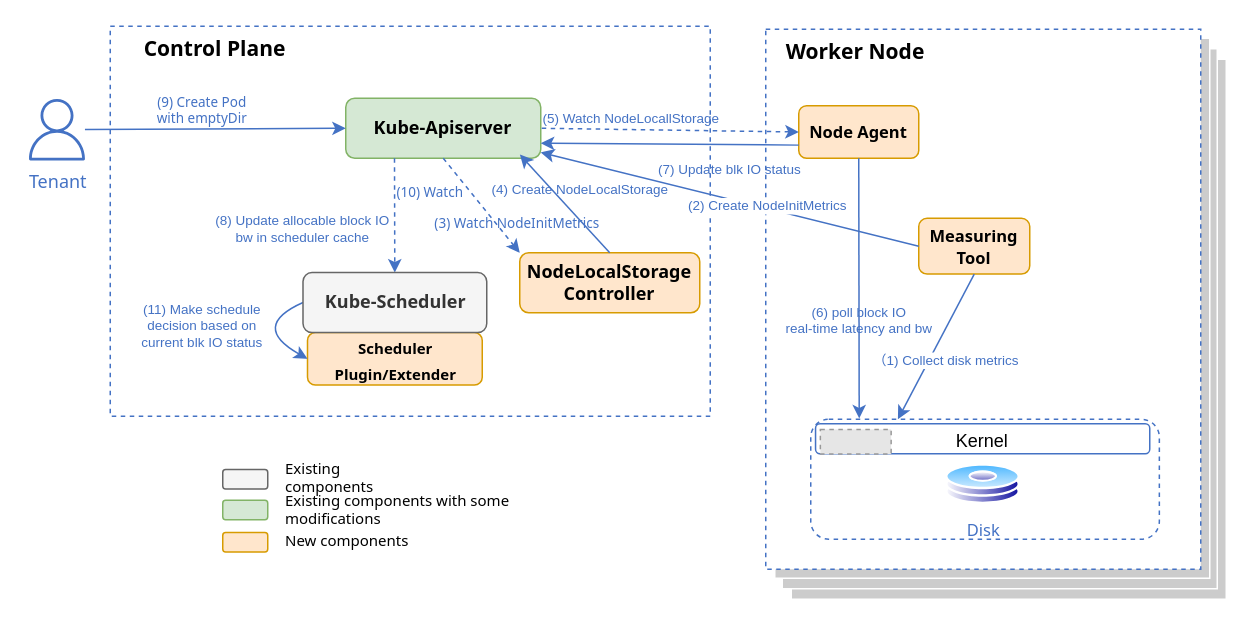
Earlier version of the draw.io diagram page "schedule flow w/o specs" (12 of 14) of diagram/net_disk_io_design_v1.drawio (IntelOpen/kubernetes). Source tidied: cells renumbered, new cells numbered last; positions are measured from the earlier drawing's top-left corner, leaving out a move shared by most shapes. Both pictures are drawn from the tidied source at 150%, with x=0, y=0 at pixel (26, 26). Pictures stored in the file or linked from it are replaced by grey dashed boxes.
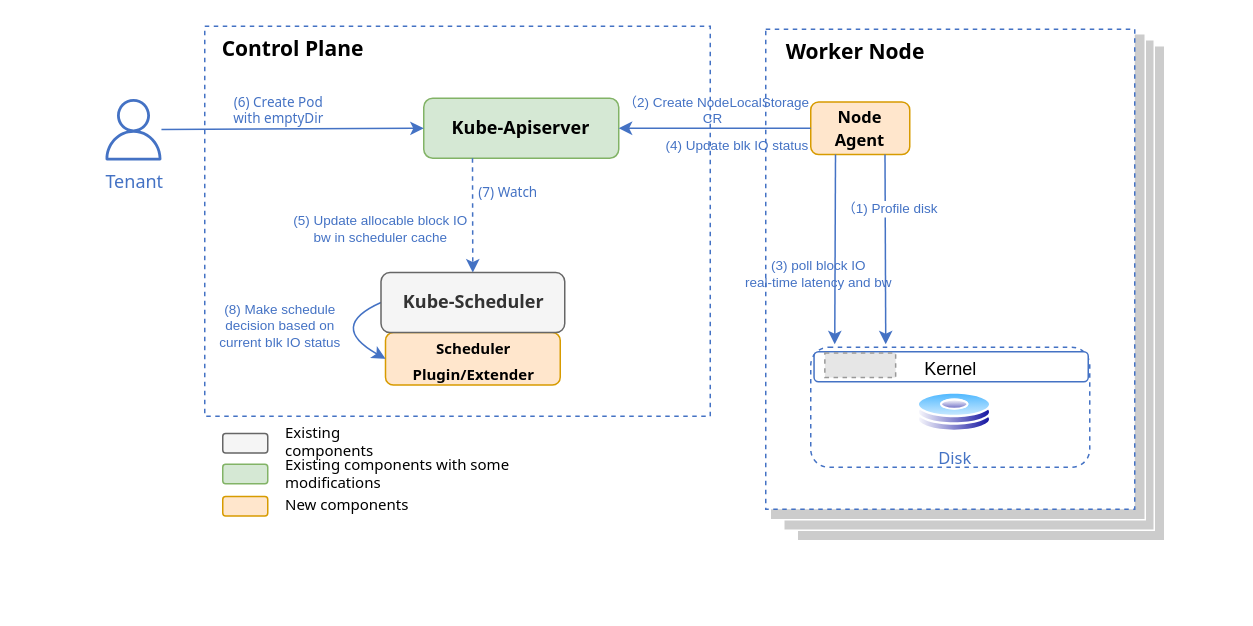
After the change.

Unchanged cells that the change refers to:
```xml
<mxCell id="8" style="endArrow=classic;html=1;rounded=0;fontFamily=Tahoma;fontSize=12;strokeColor=#4472C4;entryX=0;entryY=0.5;entryDx=0;entryDy=0;" parent="1" edge="1" source="10" target="7">
  <mxGeometry relative="1" as="geometry" />
</mxCell>
<mxCell id="14" style="endArrow=classic;html=1;rounded=0;fontFamily=Tahoma;fontSize=13;fontColor=#000000;strokeColor=#4472C4;dashed=1;endFill=1;startArrow=none;startFill=0;exitX=0.25;exitY=1;exitDx=0;exitDy=0;" parent="1" edge="1" source="7" target="33">
  <mxGeometry relative="1" as="geometry" />
</mxCell>
```

The edit, as a diff of the source:
```diff
@@
     <mxCell id="2" style="rounded=0;whiteSpace=wrap;html=1;shadow=0;glass=0;sketch=0;fontFamily=Tahoma;fontSize=9;fontColor=#333333;strokeColor=#FFFFFF;fillColor=#CCCCCC;" parent="1" vertex="1">
-      <mxGeometry x="510" y="22" width="290" height="360" as="geometry" />
+      <mxGeometry x="514" y="13" width="245" height="330" as="geometry" />
     </mxCell>
     <mxCell id="3" style="rounded=0;whiteSpace=wrap;html=1;shadow=0;glass=0;sketch=0;fontFamily=Tahoma;fontSize=9;fontColor=#333333;strokeColor=#FFFFFF;fillColor=#CCCCCC;" parent="1" vertex="1">
-      <mxGeometry x="504" y="15" width="290" height="360" as="geometry" />
+      <mxGeometry x="505" y="9" width="247" height="327" as="geometry" />
     </mxCell>
     <mxCell id="4" style="rounded=0;whiteSpace=wrap;html=1;shadow=0;glass=0;sketch=0;fontFamily=Tahoma;fontSize=9;fontColor=#333333;strokeColor=#FFFFFF;fillColor=#CCCCCC;" parent="1" vertex="1">
-      <mxGeometry x="499" y="8" width="290" height="360" as="geometry" />
+      <mxGeometry x="496" y="5" width="250" height="324" as="geometry" />
     </mxCell>
     <mxCell id="5" style="rounded=0;whiteSpace=wrap;html=1;shadow=0;glass=0;sketch=0;fontFamily=Tahoma;fontSize=9;dashed=1;strokeColor=#4472C4;" parent="1" vertex="1">
-      <mxGeometry x="493" y="2" width="290" height="360" as="geometry" />
+      <mxGeometry x="493" y="2" width="246" height="320" as="geometry" />
     </mxCell>
     <mxCell id="6" style="rounded=0;whiteSpace=wrap;html=1;shadow=0;glass=0;sketch=0;fontFamily=Tahoma;fontSize=9;fontColor=#4472C4;strokeColor=#4472C4;fillColor=none;gradientColor=none;dashed=1;" parent="1" vertex="1">
-      <mxGeometry x="56" width="400" height="260" as="geometry" />
+      <mxGeometry x="119" width="337" height="260" as="geometry" />
     </mxCell>
     <mxCell id="7" value="&lt;h3 style=&quot;font-size: 12px;&quot;&gt;&lt;font style=&quot;font-size: 12px;&quot;&gt;Kube-Apiserver&lt;/font&gt;&lt;/h3&gt;" style="rounded=1;whiteSpace=wrap;html=1;strokeColor=#82b366;fillColor=#d5e8d4;fontSize=12;fontFamily=Tahoma;glass=0;" parent="1" vertex="1">
-      <mxGeometry x="213" y="48" width="130" height="40" as="geometry" />
+      <mxGeometry x="265" y="48" width="130" height="40" as="geometry" />
     </mxCell>
@@
-    <mxCell id="9" value="(9) Create Pod&lt;br style=&quot;font-size: 9px;&quot;&gt;with emptyDir" style="edgeLabel;html=1;align=center;verticalAlign=middle;fontSize=9;fontFamily=Tahoma;fontColor=#4472C4;" parent="8" vertex="1">
+    <mxCell id="9" value="(6) Create Pod&lt;br style=&quot;font-size: 9px;&quot;&gt;with emptyDir" style="edgeLabel;html=1;align=center;verticalAlign=middle;fontSize=9;fontFamily=Tahoma;fontColor=#4472C4;" parent="8" vertex="1">
       <mxGeometry x="-0.4" y="1" relative="1" as="geometry">
         <mxPoint x="25" y="-12" as="offset" />
       </mxGeometry>
     </mxCell>
     <mxCell id="10" value="&lt;font color=&quot;#4472c4&quot;&gt;Tenant&lt;/font&gt;" style="sketch=0;outlineConnect=0;fontColor=#232F3E;gradientColor=none;fillColor=#4472C4;strokeColor=none;dashed=0;verticalLabelPosition=bottom;verticalAlign=top;align=center;html=1;fontSize=12;fontStyle=0;shape=mxgraph.aws4.user;rounded=1;shadow=0;glass=0;fontFamily=Tahoma;" parent="1" vertex="1">
-      <mxGeometry y="48.5" width="41" height="41" as="geometry" />
+      <mxGeometry x="51" y="48.5" width="41" height="41" as="geometry" />
     </mxCell>
     <mxCell id="11" value="&lt;font style=&quot;font-size: 14px;&quot;&gt;Control Plane&lt;/font&gt;" style="text;html=1;strokeColor=none;fillColor=none;align=center;verticalAlign=middle;whiteSpace=wrap;rounded=0;shadow=0;glass=0;sketch=0;fontFamily=Tahoma;fontSize=13;fontColor=#000000;fontStyle=1;" parent="1" vertex="1">
-      <mxGeometry x="66" width="120" height="30" as="geometry" />
+      <mxGeometry x="118" width="120" height="30" as="geometry" />
     </mxCell>
@@
     <mxCell id="13" value="&lt;h3 style=&quot;&quot;&gt;&lt;font face=&quot;Tahoma&quot; style=&quot;font-size: 10px;&quot;&gt;Scheduler Plugin/Extender&lt;/font&gt;&lt;/h3&gt;" style="rounded=1;whiteSpace=wrap;html=1;strokeColor=#d79b00;fillColor=#ffe6cc;fontSize=12;" parent="1" vertex="1">
-      <mxGeometry x="187.5" y="204.2" width="116.5" height="35" as="geometry" />
+      <mxGeometry x="239.5" y="204.2" width="116.5" height="35" as="geometry" />
     </mxCell>
@@
-    <mxCell id="15" value="&lt;font style=&quot;font-size: 9px;&quot; face=&quot;Tahoma&quot;&gt;(10) Watch&lt;/font&gt;" style="edgeLabel;html=1;align=center;verticalAlign=middle;fontColor=#4472C4;fontSize=9;" parent="14" vertex="1">
+    <mxCell id="15" value="&lt;font style=&quot;font-size: 9px;&quot; face=&quot;Tahoma&quot;&gt;(7) Watch&lt;/font&gt;" style="edgeLabel;html=1;align=center;verticalAlign=middle;fontColor=#4472C4;fontSize=9;" parent="14" vertex="1">
       <mxGeometry x="-0.15" y="-1" relative="1" as="geometry">
         <mxPoint x="24" y="-10" as="offset" />
       </mxGeometry>
     </mxCell>
-    <mxCell id="16" value="(8) Update allocable block IO&lt;br style=&quot;font-size: 9px;&quot;&gt;&amp;nbsp;bw in scheduler cache&amp;nbsp;" style="edgeLabel;html=1;align=center;verticalAlign=middle;fontSize=9;fontFamily=Helvetica;fontColor=#4472C4;" parent="14" vertex="1">
+    <mxCell id="16" value="(5) Update allocable block IO&lt;br style=&quot;font-size: 9px;&quot;&gt;&amp;nbsp;bw in scheduler cache&amp;nbsp;" style="edgeLabel;html=1;align=center;verticalAlign=middle;fontSize=9;fontFamily=Helvetica;fontColor=#4472C4;" parent="14" vertex="1">
       <mxGeometry x="0.22" y="-2" relative="1" as="geometry">
         <mxPoint x="-60" as="offset" />
       </mxGeometry>
     </mxCell>
     <mxCell id="17" style="curved=1;endArrow=classic;html=1;rounded=0;fontSize=10;exitX=0;exitY=0.5;exitDx=0;exitDy=0;entryX=0;entryY=0.5;entryDx=0;entryDy=0;strokeColor=#4472C4;" parent="1" edge="1" source="33" target="13">
       <mxGeometry relative="1" as="geometry">
         <Array as="points">
-          <mxPoint x="149" y="200" />
+          <mxPoint x="201" y="200" />
         </Array>
       </mxGeometry>
     </mxCell>
     <mxCell id="18" value="&lt;h3 style=&quot;font-size: 11px;&quot;&gt;&lt;font face=&quot;Tahoma&quot; style=&quot;font-size: 11px;&quot;&gt;Node Agent&lt;/font&gt;&lt;/h3&gt;" style="rounded=1;whiteSpace=wrap;html=1;strokeColor=#d79b00;fillColor=#ffe6cc;fontSize=11;" parent="1" vertex="1">
-      <mxGeometry x="515" y="53" width="80" height="35" as="geometry" />
+      <mxGeometry x="523" y="50.5" width="66" height="35" as="geometry" />
     </mxCell>
-    <mxCell id="19" style="edgeStyle=none;html=1;strokeColor=#4472C4;labelBorderColor=none;labelBackgroundColor=#FFCE9F;exitX=0.5;exitY=1;exitDx=0;exitDy=0;entryX=0.139;entryY=-0.007;entryDx=0;entryDy=0;entryPerimeter=0;" parent="1" edge="1" source="18" target="21">
-      <mxGeometry x="-0.01" y="-69" relative="1" as="geometry" />
+    <mxCell id="19" style="edgeStyle=none;html=1;strokeColor=#4472C4;labelBorderColor=none;labelBackgroundColor=#FFCE9F;exitX=0.25;exitY=1;exitDx=0;exitDy=0;" parent="1" edge="1" source="18">
+      <mxGeometry x="-0.01" y="-69" relative="1" as="geometry">
+        <mxPoint x="539" y="212" as="targetPoint" />
+      </mxGeometry>
     </mxCell>
-    <mxCell id="20" value="&lt;span style=&quot;color: rgb(68, 114, 196); font-size: 9px;&quot;&gt;(6) poll block IO&lt;/span&gt;&lt;br style=&quot;color: rgb(68, 114, 196); font-size: 9px;&quot;&gt;&lt;span style=&quot;color: rgb(68, 114, 196); font-size: 9px;&quot;&gt;real-time latency and bw&lt;/span&gt;" style="edgeLabel;html=1;align=center;verticalAlign=middle;fontSize=9;fontColor=#000000;labelBackgroundColor=none;" parent="19" vertex="1">
+    <mxCell id="20" value="&lt;span style=&quot;color: rgb(68, 114, 196); font-size: 9px;&quot;&gt;(3) poll block IO&lt;/span&gt;&lt;br style=&quot;color: rgb(68, 114, 196); font-size: 9px;&quot;&gt;&lt;span style=&quot;color: rgb(68, 114, 196); font-size: 9px;&quot;&gt;real-time latency and bw&lt;/span&gt;" style="edgeLabel;html=1;align=center;verticalAlign=middle;fontSize=9;fontColor=#000000;labelBackgroundColor=none;" parent="19" vertex="1">
       <mxGeometry x="0.44" y="-1" relative="1" as="geometry">
-        <mxPoint y="-18" as="offset" />
+        <mxPoint x="-11" y="-12" as="offset" />
       </mxGeometry>
     </mxCell>
     <mxCell id="21" style="rounded=1;whiteSpace=wrap;html=1;strokeColor=#4472C4;fontSize=11;fillColor=none;dashed=1;" parent="1" vertex="1">
-      <mxGeometry x="523" y="262" width="232.4" height="80" as="geometry" />
+      <mxGeometry x="523" y="214" width="186" height="80" as="geometry" />
     </mxCell>
     <mxCell id="22" value="Disk" style="perimeter=ellipsePerimeter;html=1;align=center;shadow=0;dashed=0;spacingTop=3;image;image=img/lib/active_directory/hard_disk.svg;rounded=1;glass=0;labelBackgroundColor=none;sketch=0;fontFamily=Tahoma;fontSize=11;fontColor=#4472C4;strokeColor=#4472C4;fillColor=#CCCCCC;gradientColor=none;" parent="1" vertex="1">
-      <mxGeometry x="613" y="292" width="50" height="27" as="geometry" />
+      <mxGeometry x="594" y="244" width="50" height="27" as="geometry" />
     </mxCell>
-    <mxCell id="23" style="endArrow=none;html=1;rounded=0;strokeColor=#4472C4;fontSize=11;entryX=1;entryY=0.5;entryDx=0;entryDy=0;dashed=1;startArrow=classic;startFill=1;endFill=0;exitX=0;exitY=0.5;exitDx=0;exitDy=0;" parent="1" edge="1" source="18" target="7">
-      <mxGeometry relative="1" as="geometry" />
-    </mxCell>
-    <mxCell id="24" value="(5) Watch NodeLocallStorage" style="edgeLabel;html=1;align=center;verticalAlign=middle;fontSize=9;fontColor=#4472C4;labelBackgroundColor=none;" parent="23" vertex="1">
-      <mxGeometry x="-0.13" y="2" relative="1" as="geometry">
-        <mxPoint x="-37" y="-10" as="offset" />
-      </mxGeometry>
-    </mxCell>
-    <mxCell id="25" value="&lt;h3 style=&quot;font-size: 12px;&quot;&gt;&lt;font face=&quot;Tahoma&quot; style=&quot;font-size: 12px;&quot;&gt;NodeLocalStorage Controller&lt;/font&gt;&lt;/h3&gt;" style="rounded=1;whiteSpace=wrap;html=1;strokeColor=#d79b00;fillColor=#ffe6cc;fontSize=12;" parent="1" vertex="1">
-      <mxGeometry x="329" y="151" width="120" height="40" as="geometry" />
-    </mxCell>
-    <mxCell id="26" style="endArrow=classic;html=1;rounded=0;fontFamily=Tahoma;fontSize=13;fontColor=#000000;strokeColor=#4472C4;entryX=0;entryY=0;entryDx=0;entryDy=0;dashed=1;endFill=1;startArrow=none;startFill=0;exitX=0.5;exitY=1;exitDx=0;exitDy=0;" parent="1" edge="1" source="7" target="25">
-      <mxGeometry relative="1" as="geometry" />
-    </mxCell>
-    <mxCell id="27" value="&lt;font style=&quot;font-size: 9px;&quot; face=&quot;Tahoma&quot;&gt;(3) Watch NodeInitMetrics&lt;/font&gt;" style="edgeLabel;html=1;align=center;verticalAlign=middle;fontColor=#4472C4;fontSize=9;labelBackgroundColor=none;" parent="26" vertex="1">
-      <mxGeometry x="-0.15" y="-1" relative="1" as="geometry">
-        <mxPoint x="28" y="16" as="offset" />
-      </mxGeometry>
-    </mxCell>
-    <mxCell id="28" style="endArrow=classic;html=1;rounded=0;labelBackgroundColor=none;strokeColor=#4472C4;fontSize=11;exitX=0.5;exitY=0;exitDx=0;exitDy=0;entryX=0.893;entryY=0.939;entryDx=0;entryDy=0;entryPerimeter=0;" parent="1" edge="1" source="25" target="7">
-      <mxGeometry relative="1" as="geometry" />
-    </mxCell>
-    <mxCell id="29" value="(4) Create NodeLocalStorage" style="edgeLabel;html=1;align=center;verticalAlign=middle;fontSize=9;fontColor=#4472C4;labelBackgroundColor=none;" parent="28" vertex="1">
-      <mxGeometry x="0.35" y="1" relative="1" as="geometry">
-        <mxPoint x="21" y="1" as="offset" />
-      </mxGeometry>
-    </mxCell>
-    <mxCell id="30" style="endArrow=classic;html=1;rounded=0;labelBackgroundColor=none;strokeColor=#4472C4;fontSize=8;fontColor=#4472C4;exitX=0;exitY=0.75;exitDx=0;exitDy=0;entryX=1;entryY=0.75;entryDx=0;entryDy=0;" parent="1" edge="1" source="18" target="7">
+    <mxCell id="30" style="endArrow=classic;html=1;rounded=0;labelBackgroundColor=none;strokeColor=#4472C4;fontSize=8;fontColor=#4472C4;exitX=0;exitY=0.5;exitDx=0;exitDy=0;entryX=1;entryY=0.5;entryDx=0;entryDy=0;" parent="1" edge="1" source="18" target="7">
       <mxGeometry relative="1" as="geometry" />
     </mxCell>
-    <mxCell id="31" value="(7) Update blk IO status&amp;nbsp;" style="edgeLabel;html=1;align=center;verticalAlign=middle;fontSize=9;fontColor=#4472C4;labelBackgroundColor=none;" parent="30" vertex="1">
+    <mxCell id="31" value="(4) Update blk IO status&amp;nbsp;" style="edgeLabel;html=1;align=center;verticalAlign=middle;fontSize=9;fontColor=#4472C4;labelBackgroundColor=none;" parent="30" vertex="1">
       <mxGeometry x="-0.15" relative="1" as="geometry">
-        <mxPoint x="27" y="17" as="offset" />
+        <mxPoint x="5" y="11" as="offset" />
       </mxGeometry>
     </mxCell>
+    <mxCell id="47" value="&lt;span style=&quot;color: rgb(68, 114, 196);&quot;&gt;（2) Create NodeLocalStorage &lt;br&gt;CR&amp;nbsp;&amp;nbsp;&lt;/span&gt;" style="edgeLabel;html=1;align=center;verticalAlign=middle;fontSize=9;fontFamily=Helvetica;fontColor=#000000;labelBackgroundColor=none;" parent="30" vertex="1">
+      <mxGeometry x="-0.42" y="1" relative="1" as="geometry">
+        <mxPoint x="-27" y="-14" as="offset" />
+      </mxGeometry>
+    </mxCell>
-    <mxCell id="32" value="(11) Make schedule decision based on current blk IO status" style="text;html=1;strokeColor=none;fillColor=none;align=center;verticalAlign=middle;whiteSpace=wrap;rounded=0;dashed=1;labelBackgroundColor=none;fontSize=9;fontColor=#4472C4;" parent="1" vertex="1">
-      <mxGeometry x="69" y="185" width="97" height="30" as="geometry" />
+    <mxCell id="32" value="(8) Make schedule decision based on current blk IO status" style="text;html=1;strokeColor=none;fillColor=none;align=center;verticalAlign=middle;whiteSpace=wrap;rounded=0;dashed=1;labelBackgroundColor=none;fontSize=9;fontColor=#4472C4;" parent="1" vertex="1">
+      <mxGeometry x="121" y="185" width="97" height="30" as="geometry" />
     </mxCell>
     <mxCell id="33" value="&lt;h3 style=&quot;font-size: 12px;&quot;&gt;&lt;font face=&quot;Tahoma&quot; style=&quot;font-size: 12px;&quot;&gt;Kube-Scheduler&lt;/font&gt;&lt;/h3&gt;" style="rounded=1;whiteSpace=wrap;html=1;strokeColor=#666666;fillColor=#f5f5f5;fontSize=12;fontColor=#333333;" parent="1" vertex="1">
-      <mxGeometry x="184.5" y="164.2" width="122.5" height="40" as="geometry" />
+      <mxGeometry x="236.5" y="164.2" width="122.5" height="40" as="geometry" />
     </mxCell>
     <mxCell id="34" value="&lt;font style=&quot;font-size: 12px;&quot;&gt;Kernel&lt;/font&gt;" style="rounded=1;whiteSpace=wrap;html=1;strokeColor=#4472C4;fontSize=15;" parent="1" vertex="1">
-      <mxGeometry x="526.2" y="265" width="222.8" height="20" as="geometry" />
+      <mxGeometry x="525.2" y="217" width="182.8" height="20" as="geometry" />
     </mxCell>
     <mxCell id="35" style="fillColor=#E6E6E6;strokeColor=#999999;dashed=1;verticalLabelPosition=bottom;labelBackgroundColor=default;verticalAlign=top;" parent="1" vertex="1">
-      <mxGeometry x="529.4" y="268.8" width="47.2" height="16.4" as="geometry" />
+      <mxGeometry x="532.4" y="217.8" width="47.2" height="16.4" as="geometry" />
     </mxCell>
-    <mxCell id="36" value="&lt;h3 style=&quot;font-size: 11px;&quot;&gt;&lt;font face=&quot;Tahoma&quot; style=&quot;font-size: 11px;&quot;&gt;Measuring Tool&lt;/font&gt;&lt;/h3&gt;" style="rounded=1;whiteSpace=wrap;html=1;strokeColor=#d79b00;fillColor=#ffe6cc;fontSize=11;labelBackgroundColor=none;" parent="1" vertex="1">
-      <mxGeometry x="595" y="128" width="74" height="37.2" as="geometry" />
-    </mxCell>
-    <mxCell id="37" style="endArrow=classic;html=1;rounded=0;strokeColor=#4472C4;fontFamily=Tahoma;fontSize=10;exitX=0.5;exitY=1;exitDx=0;exitDy=0;entryX=0.25;entryY=0;entryDx=0;entryDy=0;" parent="1" edge="1" source="36" target="21">
-      <mxGeometry relative="1" as="geometry" />
+    <mxCell id="37" style="endArrow=classic;html=1;rounded=0;strokeColor=#4472C4;fontFamily=Tahoma;fontSize=10;exitX=0.75;exitY=1;exitDx=0;exitDy=0;" parent="1" edge="1" source="18">
+      <mxGeometry relative="1" as="geometry">
+        <mxPoint x="573" y="212" as="targetPoint" />
+      </mxGeometry>
     </mxCell>
-    <mxCell id="38" value="（1) Collect disk metrics" style="edgeLabel;html=1;align=center;verticalAlign=middle;fontSize=9;fontFamily=Helvetica;fontColor=#4472C4;" parent="37" vertex="1">
+    <mxCell id="38" value="（1) Profile disk&amp;nbsp;" style="edgeLabel;html=1;align=center;verticalAlign=middle;fontSize=9;fontFamily=Helvetica;fontColor=#4472C4;" parent="37" vertex="1">
       <mxGeometry x="0.19" y="-1" relative="1" as="geometry">
-        <mxPoint x="12" as="offset" />
+        <mxPoint x="5" y="-39" as="offset" />
       </mxGeometry>
     </mxCell>
-    <mxCell id="39" style="endArrow=classic;html=1;rounded=0;strokeColor=#4472C4;fontFamily=Tahoma;fontSize=10;exitX=0;exitY=0.5;exitDx=0;exitDy=0;" parent="1" edge="1" source="36" target="7">
-      <mxGeometry relative="1" as="geometry" />
-    </mxCell>
-    <mxCell id="40" value="(2) Create NodeInitMetrics" style="edgeLabel;html=1;align=center;verticalAlign=middle;fontSize=9;fontFamily=Helvetica;fontColor=#4472C4;" parent="39" vertex="1">
-      <mxGeometry x="0.19" relative="1" as="geometry">
-        <mxPoint x="48" y="10" as="offset" />
-      </mxGeometry>
-    </mxCell>
     <mxCell id="41" value="&lt;h3 style=&quot;font-size: 12px;&quot;&gt;&lt;br&gt;&lt;/h3&gt;" style="rounded=1;whiteSpace=wrap;html=1;strokeColor=#666666;fillColor=#f5f5f5;fontSize=12;fontColor=#333333;" parent="1" vertex="1">
-      <mxGeometry x="131" y="295.5" width="30" height="13" as="geometry" />
+      <mxGeometry x="131" y="271.5" width="30" height="13" as="geometry" />
     </mxCell>
     <mxCell id="42" value="Existing components" style="text;html=1;strokeColor=none;fillColor=none;align=left;verticalAlign=middle;whiteSpace=wrap;rounded=0;fontFamily=Tahoma;fontSize=10;" parent="1" vertex="1">
-      <mxGeometry x="171" y="285" width="100" height="30" as="geometry" />
+      <mxGeometry x="171" y="261" width="100" height="30" as="geometry" />
     </mxCell>
     <mxCell id="43" value="&lt;h3 style=&quot;font-size: 12px;&quot;&gt;&lt;br&gt;&lt;/h3&gt;" style="rounded=1;whiteSpace=wrap;html=1;strokeColor=#82b366;fillColor=#d5e8d4;fontSize=12;" parent="1" vertex="1">
-      <mxGeometry x="131" y="316" width="30" height="13" as="geometry" />
+      <mxGeometry x="131" y="292" width="30" height="13" as="geometry" />
     </mxCell>
     <mxCell id="44" value="Existing components with some modifications" style="text;html=1;strokeColor=none;fillColor=none;align=left;verticalAlign=middle;whiteSpace=wrap;rounded=0;fontFamily=Tahoma;fontSize=10;" parent="1" vertex="1">
-      <mxGeometry x="171" y="305.5" width="210" height="30" as="geometry" />
+      <mxGeometry x="171" y="281.5" width="210" height="30" as="geometry" />
     </mxCell>
     <mxCell id="45" value="&lt;h3 style=&quot;font-size: 12px;&quot;&gt;&lt;br&gt;&lt;/h3&gt;" style="rounded=1;whiteSpace=wrap;html=1;strokeColor=#d79b00;fillColor=#ffe6cc;fontSize=12;" parent="1" vertex="1">
-      <mxGeometry x="131" y="337.5" width="30" height="13" as="geometry" />
+      <mxGeometry x="131" y="313.5" width="30" height="13" as="geometry" />
     </mxCell>
     <mxCell id="46" value="New components" style="text;html=1;strokeColor=none;fillColor=none;align=left;verticalAlign=middle;whiteSpace=wrap;rounded=0;fontFamily=Tahoma;fontSize=10;" parent="1" vertex="1">
-      <mxGeometry x="171" y="327" width="210" height="30" as="geometry" />
+      <mxGeometry x="171" y="303" width="210" height="30" as="geometry" />
     </mxCell>
```
